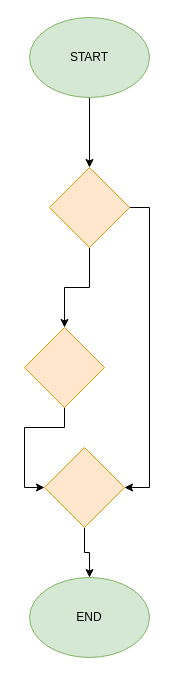
Before: page "TestFailureAnalyzer" (3 of 4) of prototypes/sample.drawio in plainionist/Plainion.DrawVista, a draw.io diagram. Source tidied: cells renumbered, new cells numbered last; positions are measured from the earlier drawing's top-left corner, leaving out a move shared by most shapes. Both pictures are drawn from the tidied source at 100%, with x=0, y=0 at pixel (24, 17).
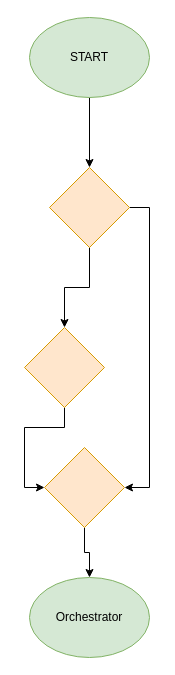
After the change.

Change to the diagram source:
```diff
@@
 <mxGraphModel>
   <root>
     <mxCell id="0" />
     <mxCell id="1" parent="0" />
     <mxCell id="2" style="edgeStyle=orthogonalEdgeStyle;rounded=0;jettySize=auto;html=1;entryX=0;entryY=0.5;entryDx=0;entryDy=0;" parent="1" edge="1" source="3" target="5">
       <mxGeometry relative="1" as="geometry" />
     </mxCell>
     <mxCell id="3" style="rhombus;whiteSpace=wrap;html=1;fillColor=#ffe6cc;strokeColor=#d79b00;" parent="1" vertex="1">
       <mxGeometry y="310" width="80" height="80" as="geometry" />
     </mxCell>
     <mxCell id="4" style="edgeStyle=orthogonalEdgeStyle;rounded=0;jettySize=auto;html=1;exitX=0.5;exitY=1;exitDx=0;exitDy=0;entryX=0.5;entryY=0;entryDx=0;entryDy=0;" parent="1" edge="1" source="5" target="9">
       <mxGeometry relative="1" as="geometry" />
     </mxCell>
     <mxCell id="5" style="rhombus;whiteSpace=wrap;html=1;fillColor=#ffe6cc;strokeColor=#d79b00;" parent="1" vertex="1">
       <mxGeometry x="20" y="430" width="80" height="80" as="geometry" />
     </mxCell>
     <mxCell id="6" style="edgeStyle=orthogonalEdgeStyle;rounded=0;jettySize=auto;html=1;exitX=0.5;exitY=1;exitDx=0;exitDy=0;entryX=0.5;entryY=0;entryDx=0;entryDy=0;" parent="1" edge="1" source="8" target="3">
       <mxGeometry relative="1" as="geometry" />
     </mxCell>
     <mxCell id="7" style="edgeStyle=orthogonalEdgeStyle;rounded=0;jettySize=auto;html=1;exitX=1;exitY=0.5;exitDx=0;exitDy=0;entryX=1;entryY=0.5;entryDx=0;entryDy=0;" parent="1" edge="1" source="8" target="5">
       <mxGeometry relative="1" as="geometry" />
     </mxCell>
     <mxCell id="8" style="rhombus;whiteSpace=wrap;html=1;fillColor=#ffe6cc;strokeColor=#d79b00;" parent="1" vertex="1">
       <mxGeometry x="25" y="150" width="80" height="80" as="geometry" />
     </mxCell>
-    <mxCell id="9" value="END" style="ellipse;whiteSpace=wrap;html=1;fillColor=#d5e8d4;strokeColor=#82b366;" parent="1" vertex="1">
+    <mxCell id="9" value="Orchestrator" style="ellipse;whiteSpace=wrap;html=1;fillColor=#d5e8d4;strokeColor=#82b366;" parent="1" vertex="1">
       <mxGeometry x="5" y="560" width="120" height="80" as="geometry" />
     </mxCell>
     <mxCell id="10" style="edgeStyle=orthogonalEdgeStyle;rounded=0;jettySize=auto;html=1;entryX=0.5;entryY=0;entryDx=0;entryDy=0;" parent="1" edge="1" source="11" target="8">
       <mxGeometry relative="1" as="geometry" />
     </mxCell>
     <mxCell id="11" value="START" style="ellipse;whiteSpace=wrap;html=1;fillColor=#d5e8d4;strokeColor=#82b366;" parent="1" vertex="1">
       <mxGeometry x="5" width="120" height="80" as="geometry" />
     </mxCell>
   </root>
 </mxGraphModel>
```
